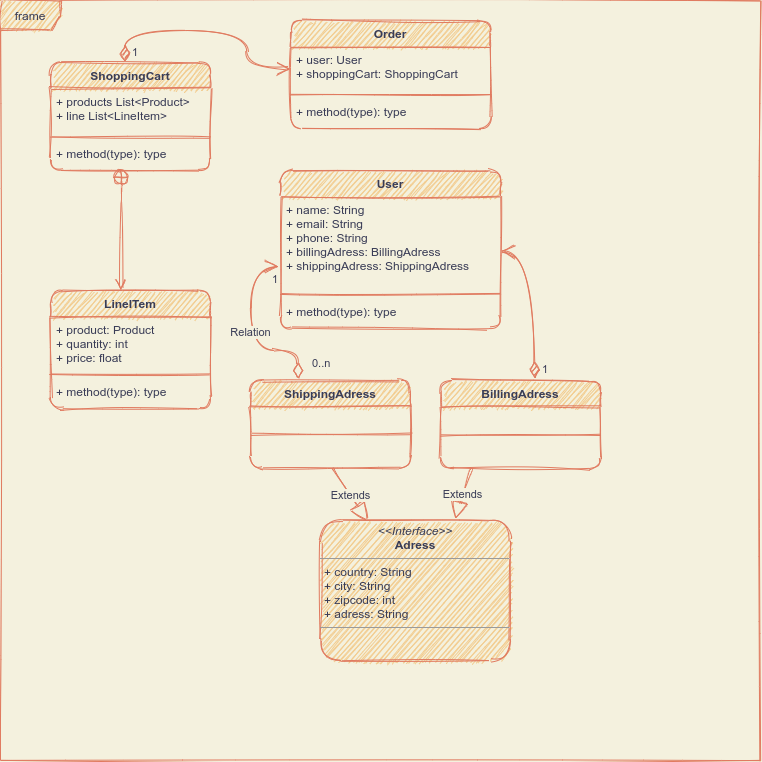
The draw.io diagram src/cart.png in csabika98/CodeCoolShop, before a commit. Source tidied: cells renumbered, new cells last; positions are measured from the earlier drawing's top-left corner, leaving out a move shared by most shapes. The source it was exported from:
```xml
<mxGraphModel background="#F4F1DE">
  <root>
    <mxCell id="0" />
    <mxCell id="1" parent="0" />
    <mxCell id="2" value="frame" style="shape=umlFrame;whiteSpace=wrap;html=1;fontColor=#393C56;strokeColor=#E07A5F;fillColor=#F2CC8F;sketch=1;rounded=1;" parent="1" vertex="1">
      <mxGeometry width="760" height="760" as="geometry" />
    </mxCell>
    <mxCell id="3" value="ShoppingCart" style="swimlane;fontStyle=1;align=center;verticalAlign=top;horizontal=1;startSize=26;fontColor=#393C56;strokeColor=#E07A5F;fillColor=#F2CC8F;sketch=1;rounded=1;" parent="1" vertex="1">
      <mxGeometry x="50" y="62" width="160" height="108" as="geometry" />
    </mxCell>
    <mxCell id="4" value="+ products List&lt;Product&gt;&#10;+ line List&lt;LineItem&gt;" style="text;strokeColor=none;fillColor=none;align=left;verticalAlign=top;spacingLeft=4;spacingRight=4;overflow=hidden;fontColor=#393C56;sketch=1;rounded=1;" parent="3" vertex="1">
      <mxGeometry y="26" width="160" height="44" as="geometry" />
    </mxCell>
    <mxCell id="5" style="line;strokeWidth=1;fillColor=none;align=left;verticalAlign=middle;spacingTop=-1;spacingLeft=3;spacingRight=3;labelPosition=right;strokeColor=#E07A5F;fontColor=#393C56;labelBackgroundColor=#F4F1DE;sketch=1;rounded=1;" parent="3" vertex="1">
      <mxGeometry y="70" width="160" height="8" as="geometry" />
    </mxCell>
    <mxCell id="6" value="+ method(type): type" style="text;strokeColor=none;fillColor=none;align=left;verticalAlign=top;spacingLeft=4;spacingRight=4;overflow=hidden;points=[[0,0.5],[1,0.5]];portConstraint=eastwest;fontColor=#393C56;sketch=1;rounded=1;" parent="3" vertex="1">
      <mxGeometry y="78" width="160" height="30" as="geometry" />
    </mxCell>
    <mxCell id="7" value="LineITem" style="swimlane;fontStyle=1;align=center;verticalAlign=top;horizontal=1;startSize=26;fontColor=#393C56;strokeColor=#E07A5F;fillColor=#F2CC8F;sketch=1;rounded=1;" parent="1" vertex="1">
      <mxGeometry x="50" y="290" width="160" height="118" as="geometry" />
    </mxCell>
    <mxCell id="8" value="+ product: Product&#10;+ quantity: int&#10;+ price: float" style="text;strokeColor=none;fillColor=none;align=left;verticalAlign=top;spacingLeft=4;spacingRight=4;overflow=hidden;fontColor=#393C56;sketch=1;rounded=1;" parent="7" vertex="1">
      <mxGeometry y="26" width="160" height="54" as="geometry" />
    </mxCell>
    <mxCell id="9" style="line;strokeWidth=1;fillColor=none;align=left;verticalAlign=middle;spacingTop=-1;spacingLeft=3;spacingRight=3;labelPosition=right;strokeColor=#E07A5F;fontColor=#393C56;labelBackgroundColor=#F4F1DE;sketch=1;rounded=1;" parent="7" vertex="1">
      <mxGeometry y="80" width="160" height="8" as="geometry" />
    </mxCell>
    <mxCell id="10" value="+ method(type): type" style="text;strokeColor=none;fillColor=none;align=left;verticalAlign=top;spacingLeft=4;spacingRight=4;overflow=hidden;fontColor=#393C56;sketch=1;rounded=1;" parent="7" vertex="1">
      <mxGeometry y="88" width="160" height="30" as="geometry" />
    </mxCell>
    <mxCell id="11" style="endArrow=open;startArrow=circlePlus;endFill=0;startFill=0;endSize=8;html=1;fontColor=#393C56;strokeColor=#E07A5F;fillColor=#F2CC8F;entryX=0.44;entryY=-0.002;entryDx=0;entryDy=0;entryPerimeter=0;exitX=0.441;exitY=0.964;exitDx=0;exitDy=0;exitPerimeter=0;labelBackgroundColor=#F4F1DE;sketch=1;curved=1;" parent="1" edge="1" source="6" target="7">
      <mxGeometry relative="1" as="geometry" />
    </mxCell>
    <mxCell id="12" value="Order" style="swimlane;fontStyle=1;align=center;verticalAlign=top;horizontal=1;startSize=26;fontColor=#393C56;strokeColor=#E07A5F;fillColor=#F2CC8F;sketch=1;rounded=1;" parent="1" vertex="1">
      <mxGeometry x="290" y="20" width="200" height="108" as="geometry" />
    </mxCell>
    <mxCell id="13" value="+ user: User&#10;+ shoppingCart: ShoppingCart" style="text;strokeColor=none;fillColor=none;align=left;verticalAlign=top;spacingLeft=4;spacingRight=4;overflow=hidden;points=[[0,0.5],[1,0.5]];portConstraint=eastwest;fontColor=#393C56;sketch=1;rounded=1;" parent="12" vertex="1">
      <mxGeometry y="26" width="200" height="44" as="geometry" />
    </mxCell>
    <mxCell id="14" style="line;strokeWidth=1;fillColor=none;align=left;verticalAlign=middle;spacingTop=-1;spacingLeft=3;spacingRight=3;labelPosition=right;strokeColor=#E07A5F;fontColor=#393C56;labelBackgroundColor=#F4F1DE;sketch=1;rounded=1;" parent="12" vertex="1">
      <mxGeometry y="70" width="200" height="8" as="geometry" />
    </mxCell>
    <mxCell id="15" value="+ method(type): type" style="text;strokeColor=none;fillColor=none;align=left;verticalAlign=top;spacingLeft=4;spacingRight=4;overflow=hidden;fontColor=#393C56;sketch=1;rounded=1;" parent="12" vertex="1">
      <mxGeometry y="78" width="200" height="30" as="geometry" />
    </mxCell>
    <mxCell id="16" value="User" style="swimlane;fontStyle=1;align=center;verticalAlign=top;horizontal=1;startSize=26;fontColor=#393C56;strokeColor=#E07A5F;fillColor=#F2CC8F;sketch=1;rounded=1;" parent="1" vertex="1">
      <mxGeometry x="280" y="170" width="220" height="158" as="geometry" />
    </mxCell>
    <mxCell id="17" value="+ name: String&#10;+ email: String&#10;+ phone: String&#10;+ billingAdress: BillingAdress&#10;+ shippingAdress: ShippingAdress" style="text;strokeColor=none;fillColor=none;align=left;verticalAlign=top;spacingLeft=4;spacingRight=4;overflow=hidden;points=[[0,0.5],[1,0.5]];portConstraint=eastwest;fontColor=#393C56;sketch=1;rounded=1;" parent="16" vertex="1">
      <mxGeometry y="26" width="220" height="94" as="geometry" />
    </mxCell>
    <mxCell id="18" style="line;strokeWidth=1;fillColor=none;align=left;verticalAlign=middle;spacingTop=-1;spacingLeft=3;spacingRight=3;labelPosition=right;strokeColor=#E07A5F;fontColor=#393C56;labelBackgroundColor=#F4F1DE;sketch=1;rounded=1;" parent="16" vertex="1">
      <mxGeometry y="120" width="220" height="8" as="geometry" />
    </mxCell>
    <mxCell id="19" value="+ method(type): type" style="text;strokeColor=none;fillColor=none;align=left;verticalAlign=top;spacingLeft=4;spacingRight=4;overflow=hidden;fontColor=#393C56;sketch=1;rounded=1;" parent="16" vertex="1">
      <mxGeometry y="128" width="220" height="30" as="geometry" />
    </mxCell>
    <mxCell id="20" value="&lt;p style=&quot;margin: 0px ; margin-top: 4px ; text-align: center&quot;&gt;&lt;i&gt;&amp;lt;&amp;lt;Interface&amp;gt;&amp;gt;&lt;/i&gt;&lt;br&gt;&lt;b&gt;Adress&lt;/b&gt;&lt;/p&gt;&lt;hr size=&quot;1&quot;&gt;&lt;p style=&quot;margin: 0px ; margin-left: 4px&quot;&gt;+ country: String&lt;/p&gt;&lt;p style=&quot;margin: 0px ; margin-left: 4px&quot;&gt;+ city: String&lt;/p&gt;&lt;p style=&quot;margin: 0px ; margin-left: 4px&quot;&gt;+ zipcode: int&lt;br&gt;+ adress: String&lt;/p&gt;&lt;hr size=&quot;1&quot;&gt;&lt;p style=&quot;margin: 0px ; margin-left: 4px&quot;&gt;&lt;br&gt;&lt;/p&gt;" style="verticalAlign=top;align=left;overflow=fill;fontSize=12;fontFamily=Helvetica;html=1;fontColor=#393C56;strokeColor=#E07A5F;fillColor=#F2CC8F;sketch=1;rounded=1;" parent="1" vertex="1">
      <mxGeometry x="320" y="520" width="190" height="140" as="geometry" />
    </mxCell>
    <mxCell id="21" value="ShippingAdress" style="swimlane;fontStyle=1;align=center;verticalAlign=top;horizontal=1;startSize=26;fontColor=#393C56;strokeColor=#E07A5F;fillColor=#F2CC8F;sketch=1;rounded=1;" parent="1" vertex="1">
      <mxGeometry x="250" y="380" width="160" height="88" as="geometry" />
    </mxCell>
    <mxCell id="22" value=" " style="text;strokeColor=none;fillColor=none;align=left;verticalAlign=top;spacingLeft=4;spacingRight=4;overflow=hidden;fontColor=#393C56;sketch=1;rounded=1;" parent="21" vertex="1">
      <mxGeometry y="26" width="160" height="24" as="geometry" />
    </mxCell>
    <mxCell id="23" style="line;strokeWidth=1;fillColor=none;align=left;verticalAlign=middle;spacingTop=-1;spacingLeft=3;spacingRight=3;labelPosition=right;strokeColor=#E07A5F;fontColor=#393C56;labelBackgroundColor=#F4F1DE;sketch=1;rounded=1;" parent="21" vertex="1">
      <mxGeometry y="50" width="160" height="8" as="geometry" />
    </mxCell>
    <mxCell id="24" value=" " style="text;strokeColor=none;fillColor=none;align=left;verticalAlign=top;spacingLeft=4;spacingRight=4;overflow=hidden;points=[[0,0.5],[1,0.5]];portConstraint=eastwest;fontColor=#393C56;sketch=1;rounded=1;" parent="21" vertex="1">
      <mxGeometry y="58" width="160" height="30" as="geometry" />
    </mxCell>
    <mxCell id="25" value="BillingAdress" style="swimlane;fontStyle=1;align=center;verticalAlign=top;horizontal=1;startSize=26;fontColor=#393C56;strokeColor=#E07A5F;fillColor=#F2CC8F;sketch=1;rounded=1;" parent="1" vertex="1">
      <mxGeometry x="440" y="380" width="160" height="88" as="geometry" />
    </mxCell>
    <mxCell id="26" value=" " style="text;strokeColor=none;fillColor=none;align=left;verticalAlign=top;spacingLeft=4;spacingRight=4;overflow=hidden;fontColor=#393C56;sketch=1;rounded=1;" parent="25" vertex="1">
      <mxGeometry y="26" width="160" height="24" as="geometry" />
    </mxCell>
    <mxCell id="27" style="line;strokeWidth=1;fillColor=none;align=left;verticalAlign=middle;spacingTop=-1;spacingLeft=3;spacingRight=3;labelPosition=right;strokeColor=#E07A5F;fontColor=#393C56;labelBackgroundColor=#F4F1DE;sketch=1;rounded=1;" parent="25" vertex="1">
      <mxGeometry y="50" width="160" height="8" as="geometry" />
    </mxCell>
    <mxCell id="28" value=" " style="text;strokeColor=none;fillColor=none;align=left;verticalAlign=top;spacingLeft=4;spacingRight=4;overflow=hidden;fontColor=#393C56;sketch=1;rounded=1;" parent="25" vertex="1">
      <mxGeometry y="58" width="160" height="30" as="geometry" />
    </mxCell>
    <mxCell id="29" value="Extends" style="endArrow=block;endSize=16;endFill=0;html=1;fontColor=#393C56;strokeColor=#E07A5F;fillColor=#F2CC8F;exitX=0.513;exitY=1.031;exitDx=0;exitDy=0;exitPerimeter=0;labelBackgroundColor=#F4F1DE;sketch=1;curved=1;" parent="1" edge="1" source="24" target="20">
      <mxGeometry relative="1" as="geometry" />
    </mxCell>
    <mxCell id="30" value="Extends" style="endArrow=block;endSize=16;endFill=0;html=1;fontColor=#393C56;strokeColor=#E07A5F;fillColor=#F2CC8F;exitX=0.513;exitY=1.031;exitDx=0;exitDy=0;exitPerimeter=0;entryX=0.706;entryY=-0.01;entryDx=0;entryDy=0;entryPerimeter=0;labelBackgroundColor=#F4F1DE;sketch=1;curved=1;" parent="1" edge="1" target="20">
      <mxGeometry relative="1" as="geometry">
        <mxPoint x="470" y="468.9" as="sourcePoint" />
      </mxGeometry>
    </mxCell>
    <mxCell id="31" value="Relation" style="endArrow=open;html=1;endSize=12;startArrow=diamondThin;startSize=14;startFill=0;edgeStyle=orthogonalEdgeStyle;fontColor=#393C56;strokeColor=#E07A5F;fillColor=#F2CC8F;exitX=0.298;exitY=-0.016;exitDx=0;exitDy=0;exitPerimeter=0;entryX=-0.007;entryY=0.747;entryDx=0;entryDy=0;entryPerimeter=0;labelBackgroundColor=#F4F1DE;sketch=1;curved=1;" parent="1" edge="1" source="21" target="17">
      <mxGeometry relative="1" as="geometry">
        <Array as="points">
          <mxPoint x="298" y="350" />
          <mxPoint x="250" y="350" />
          <mxPoint x="250" y="266" />
        </Array>
      </mxGeometry>
    </mxCell>
    <mxCell id="32" value="0..n" style="edgeLabel;html=1;align=left;verticalAlign=top;fontColor=#393C56;labelBackgroundColor=#F4F1DE;sketch=1;rounded=1;" parent="31" vertex="1">
      <mxGeometry x="-1" relative="1" as="geometry">
        <mxPoint x="12" y="-29" as="offset" />
      </mxGeometry>
    </mxCell>
    <mxCell id="33" value="1" style="edgeLabel;html=1;align=right;verticalAlign=top;fontColor=#393C56;labelBackgroundColor=#F4F1DE;sketch=1;rounded=1;" parent="31" vertex="1">
      <mxGeometry x="1" relative="1" as="geometry" />
    </mxCell>
    <mxCell id="34" value="1" style="endArrow=open;html=1;endSize=12;startArrow=diamondThin;startSize=14;startFill=1;edgeStyle=orthogonalEdgeStyle;align=left;verticalAlign=bottom;fontColor=#393C56;strokeColor=#E07A5F;fillColor=#F2CC8F;exitX=0.589;exitY=-0.024;exitDx=0;exitDy=0;exitPerimeter=0;entryX=1.002;entryY=0.585;entryDx=0;entryDy=0;entryPerimeter=0;labelBackgroundColor=#F4F1DE;sketch=1;curved=1;" parent="1" edge="1" source="25" target="17">
      <mxGeometry x="-1" y="-6" relative="1" as="geometry" />
    </mxCell>
    <mxCell id="35" value="1" style="endArrow=open;html=1;endSize=12;startArrow=diamondThin;startSize=14;startFill=1;edgeStyle=orthogonalEdgeStyle;align=left;verticalAlign=bottom;fontColor=#393C56;strokeColor=#E07A5F;fillColor=#F2CC8F;entryX=0;entryY=0.5;entryDx=0;entryDy=0;labelBackgroundColor=#F4F1DE;sketch=1;curved=1;exitX=0.466;exitY=-0.006;exitDx=0;exitDy=0;exitPerimeter=0;" parent="1" edge="1" source="3" target="13">
      <mxGeometry x="-1" y="-5" relative="1" as="geometry">
        <Array as="points">
          <mxPoint x="125" y="30" />
          <mxPoint x="246" y="30" />
          <mxPoint x="246" y="68" />
        </Array>
      </mxGeometry>
    </mxCell>
  </root>
</mxGraphModel>
```
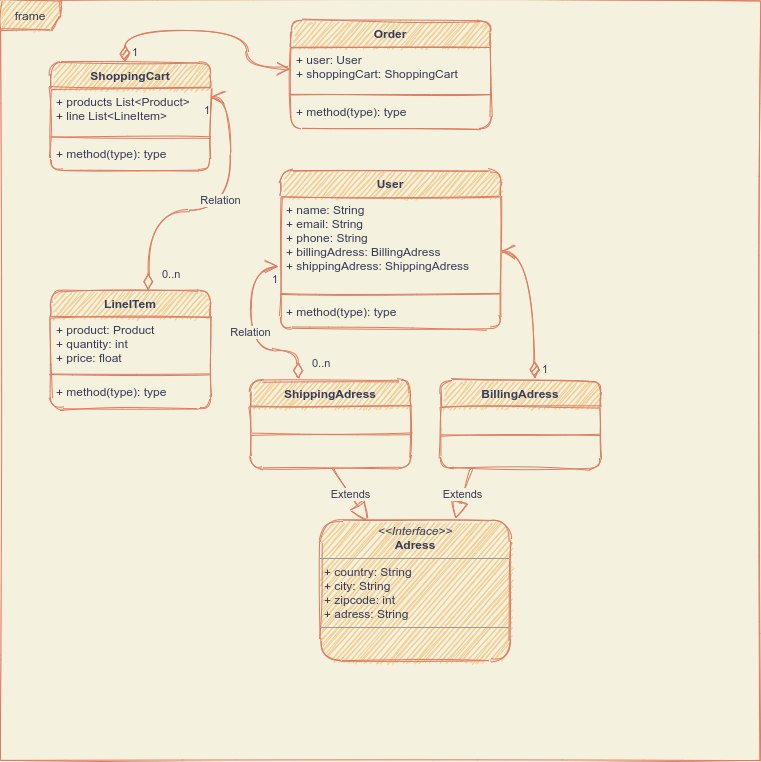
After the change.

Commit message:
Add uml - about cart system

Diff of the diagram source:
```diff
@@ -29,9 +29,6 @@
     <mxCell id="10" value="+ method(type): type" style="text;strokeColor=none;fillColor=none;align=left;verticalAlign=top;spacingLeft=4;spacingRight=4;overflow=hidden;fontColor=#393C56;sketch=1;rounded=1;" parent="7" vertex="1">
       <mxGeometry y="88" width="160" height="30" as="geometry" />
     </mxCell>
-    <mxCell id="11" style="endArrow=open;startArrow=circlePlus;endFill=0;startFill=0;endSize=8;html=1;fontColor=#393C56;strokeColor=#E07A5F;fillColor=#F2CC8F;entryX=0.44;entryY=-0.002;entryDx=0;entryDy=0;entryPerimeter=0;exitX=0.441;exitY=0.964;exitDx=0;exitDy=0;exitPerimeter=0;labelBackgroundColor=#F4F1DE;sketch=1;curved=1;" parent="1" edge="1" source="6" target="7">
-      <mxGeometry relative="1" as="geometry" />
-    </mxCell>
     <mxCell id="12" value="Order" style="swimlane;fontStyle=1;align=center;verticalAlign=top;horizontal=1;startSize=26;fontColor=#393C56;strokeColor=#E07A5F;fillColor=#F2CC8F;sketch=1;rounded=1;" parent="1" vertex="1">
       <mxGeometry x="290" y="20" width="200" height="108" as="geometry" />
     </mxCell>
@@ -120,5 +117,24 @@
         </Array>
       </mxGeometry>
     </mxCell>
+    <mxCell id="36" value="Relation" style="endArrow=open;html=1;endSize=12;startArrow=diamondThin;startSize=14;startFill=0;edgeStyle=orthogonalEdgeStyle;fontColor=#393C56;strokeColor=#E07A5F;fillColor=#F2CC8F;exitX=0.298;exitY=-0.016;exitDx=0;exitDy=0;exitPerimeter=0;labelBackgroundColor=#F4F1DE;sketch=1;curved=1;" parent="1" edge="1">
+      <mxGeometry x="0.03" y="10" relative="1" as="geometry">
+        <mxPoint x="147.7" y="290" as="sourcePoint" />
+        <mxPoint x="210" y="97" as="targetPoint" />
+        <Array as="points">
+          <mxPoint x="148" y="210" />
+          <mxPoint x="230" y="210" />
+          <mxPoint x="230" y="97" />
+        </Array>
+      </mxGeometry>
+    </mxCell>
+    <mxCell id="37" value="0..n" style="edgeLabel;html=1;align=left;verticalAlign=top;fontColor=#393C56;labelBackgroundColor=#F4F1DE;sketch=1;rounded=1;" parent="36" vertex="1">
+      <mxGeometry x="-1" relative="1" as="geometry">
+        <mxPoint x="12" y="-29" as="offset" />
+      </mxGeometry>
+    </mxCell>
+    <mxCell id="38" value="1" style="edgeLabel;html=1;align=right;verticalAlign=top;fontColor=#393C56;labelBackgroundColor=#F4F1DE;sketch=1;rounded=1;" parent="36" vertex="1">
+      <mxGeometry x="1" relative="1" as="geometry" />
+    </mxCell>
   </root>
 </mxGraphModel>
```
